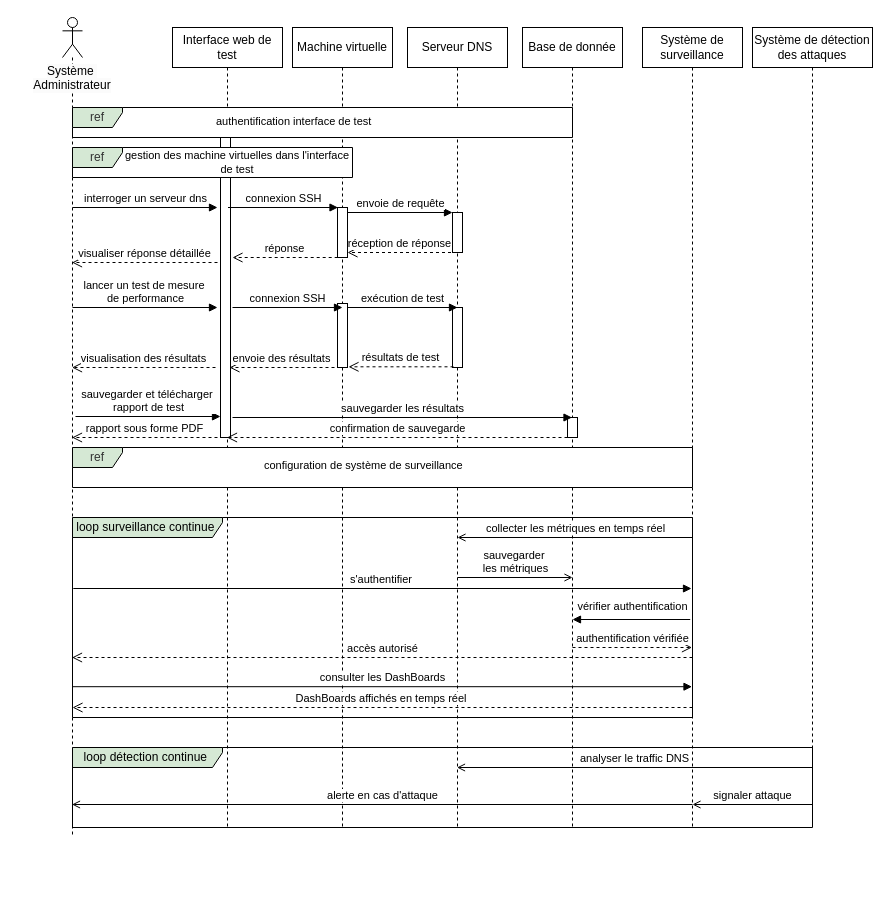
Earlier version of the draw.io diagram sequence.drawio (eya-harbaoui/Diagramms). Source tidied: cells renumbered, new cells numbered last; positions are measured from the earlier drawing's top-left corner, leaving out a move shared by most shapes. Both pictures are drawn from the tidied source at 100%, with x=0, y=0 at pixel (17, 17).
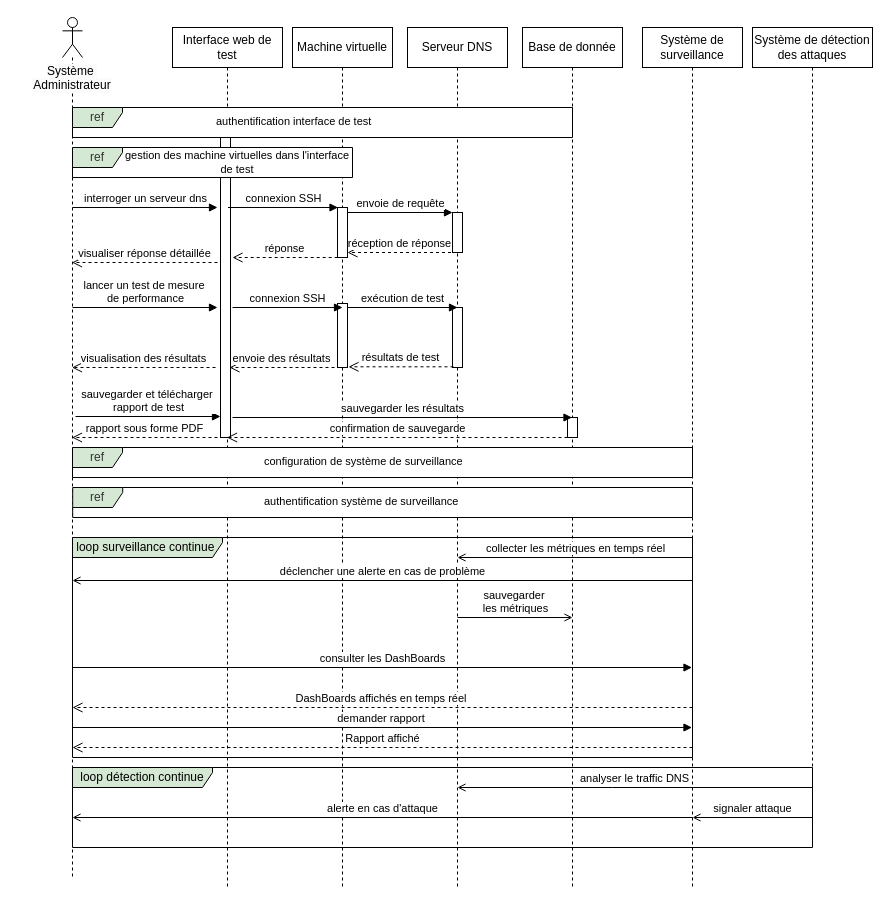
After the change.

Commit message (it also covers changes not shown here):
Mettre à jour sequence.drawio

The edit, as a diff of the source:
```diff
@@
     <mxCell id="2" value="Interface web de test" style="shape=umlLifeline;perimeter=lifelinePerimeter;whiteSpace=wrap;html=1;outlineConnect=0;portConstraint=eastwest;newEdgeStyle={&quot;edgeStyle&quot;:&quot;elbowEdgeStyle&quot;,&quot;elbow&quot;:&quot;vertical&quot;,&quot;curved&quot;:0,&quot;rounded&quot;:0};" parent="1" vertex="1">
-      <mxGeometry x="155" y="10" width="110" height="800" as="geometry" />
+      <mxGeometry x="155" y="10" width="110" height="860" as="geometry" />
     </mxCell>
@@
     <mxCell id="4" value="Machine virtuelle" style="shape=umlLifeline;perimeter=lifelinePerimeter;whiteSpace=wrap;html=1;newEdgeStyle={&quot;edgeStyle&quot;:&quot;elbowEdgeStyle&quot;,&quot;elbow&quot;:&quot;vertical&quot;,&quot;curved&quot;:0,&quot;rounded&quot;:0};" parent="1" vertex="1">
-      <mxGeometry x="275" y="10" width="100" height="800" as="geometry" />
+      <mxGeometry x="275" y="10" width="100" height="860" as="geometry" />
     </mxCell>
@@
     <mxCell id="7" value="Base de donnée" style="shape=umlLifeline;perimeter=lifelinePerimeter;whiteSpace=wrap;html=1;outlineConnect=0;portConstraint=eastwest;newEdgeStyle={&quot;edgeStyle&quot;:&quot;elbowEdgeStyle&quot;,&quot;elbow&quot;:&quot;vertical&quot;,&quot;curved&quot;:0,&quot;rounded&quot;:0};" parent="1" vertex="1">
-      <mxGeometry x="505" y="10" width="100" height="800" as="geometry" />
+      <mxGeometry x="505" y="10" width="100" height="860" as="geometry" />
     </mxCell>
@@
     <mxCell id="9" value="Serveur DNS" style="shape=umlLifeline;perimeter=lifelinePerimeter;whiteSpace=wrap;html=1;outlineConnect=0;portConstraint=eastwest;newEdgeStyle={&quot;edgeStyle&quot;:&quot;elbowEdgeStyle&quot;,&quot;elbow&quot;:&quot;vertical&quot;,&quot;curved&quot;:0,&quot;rounded&quot;:0};" parent="1" vertex="1">
-      <mxGeometry x="390" y="10" width="100" height="800" as="geometry" />
+      <mxGeometry x="390" y="10" width="100" height="860" as="geometry" />
     </mxCell>
@@
     <mxCell id="12" value="Système de surveillance" style="shape=umlLifeline;perimeter=lifelinePerimeter;whiteSpace=wrap;html=1;outlineConnect=0;portConstraint=eastwest;newEdgeStyle={&quot;edgeStyle&quot;:&quot;elbowEdgeStyle&quot;,&quot;elbow&quot;:&quot;vertical&quot;,&quot;curved&quot;:0,&quot;rounded&quot;:0};" parent="1" vertex="1">
-      <mxGeometry x="625" y="10" width="100" height="800" as="geometry" />
+      <mxGeometry x="625" y="10" width="100" height="860" as="geometry" />
     </mxCell>
@@
     <mxCell id="14" style="shape=umlLifeline;perimeter=lifelinePerimeter;whiteSpace=wrap;html=1;outlineConnect=0;portConstraint=eastwest;newEdgeStyle={&quot;curved&quot;:0,&quot;rounded&quot;:0};participant=umlActor;" parent="1" vertex="1">
-      <mxGeometry x="45" width="20" height="820" as="geometry" />
+      <mxGeometry x="45" width="20" height="860" as="geometry" />
     </mxCell>
@@
-    <mxCell id="31" value="loop surveillance continue&amp;nbsp;" style="shape=umlFrame;whiteSpace=wrap;html=1;width=150;height=20;fillColor=#D5E8D4;" parent="1" vertex="1">
-      <mxGeometry x="55" y="500" width="620" height="200" as="geometry" />
-    </mxCell>
-    <mxCell id="32" value="collecter les métriques en temps réel" style="html=1;verticalAlign=bottom;endArrow=open;curved=0;rounded=0;endFill=0;" parent="1" edge="1">
-      <mxGeometry relative="1" as="geometry">
-        <mxPoint x="674.7" y="520" as="sourcePoint" />
-        <mxPoint x="440" y="520" as="targetPoint" />
-      </mxGeometry>
-    </mxCell>
     <mxCell id="33" value="ref" style="shape=umlFrame;whiteSpace=wrap;html=1;width=50;height=20;fillColor=#D5E8D4;fontColor=#333333;strokeColor=#000000;swimlaneFillColor=default;" parent="1" vertex="1">
-      <mxGeometry x="55" y="430" width="620" height="40" as="geometry" />
+      <mxGeometry x="55" y="430" width="620" height="30" as="geometry" />
     </mxCell>
     <mxCell id="34" value="&lt;span style=&quot;color: rgb(0, 0, 0); font-family: Helvetica; font-size: 11px; font-style: normal; font-variant-ligatures: normal; font-variant-caps: normal; font-weight: 400; letter-spacing: normal; orphans: 2; text-align: center; text-indent: 0px; text-transform: none; widows: 2; word-spacing: 0px; -webkit-text-stroke-width: 0px; white-space: nowrap; background-color: rgb(255, 255, 255); text-decoration-thickness: initial; text-decoration-style: initial; text-decoration-color: initial; display: inline !important; float: none;&quot;&gt;configuration de système de surveillance&lt;/span&gt;" style="text;whiteSpace=wrap;html=1;" parent="1" vertex="1">
-      <mxGeometry x="245" y="434" width="217" height="40" as="geometry" />
+      <mxGeometry x="245.2" y="430" width="217" height="40" as="geometry" />
     </mxCell>
-    <mxCell id="35" value="sauvegarder&amp;nbsp;&lt;div&gt;les métriques&lt;/div&gt;" style="html=1;verticalAlign=bottom;endArrow=open;curved=0;rounded=0;endFill=0;" parent="1" edge="1">
-      <mxGeometry relative="1" as="geometry">
-        <mxPoint x="440" y="560" as="sourcePoint" />
-        <mxPoint x="555" y="560" as="targetPoint" />
-      </mxGeometry>
-    </mxCell>
-    <mxCell id="36" value="s'authentifier&amp;nbsp;" style="html=1;verticalAlign=bottom;endArrow=block;curved=0;rounded=0;" parent="1" edge="1">
-      <mxGeometry relative="1" as="geometry">
-        <mxPoint x="55.8" y="571" as="sourcePoint" />
-        <mxPoint x="674" y="571" as="targetPoint" />
-      </mxGeometry>
-    </mxCell>
-    <mxCell id="37" value="vérifier authentification" style="html=1;verticalAlign=bottom;endArrow=block;curved=0;rounded=0;" parent="1" edge="1">
-      <mxGeometry x="-0.02" y="-4" relative="1" as="geometry">
-        <mxPoint x="672.7" y="602" as="sourcePoint" />
-        <mxPoint x="555" y="602" as="targetPoint" />
-      </mxGeometry>
-    </mxCell>
-    <mxCell id="38" value="authentification vérifiée" style="html=1;verticalAlign=bottom;endArrow=open;dashed=1;endSize=8;curved=0;rounded=0;" parent="1" edge="1" target="12">
-      <mxGeometry relative="1" as="geometry">
-        <mxPoint x="555" y="630" as="sourcePoint" />
-      </mxGeometry>
-    </mxCell>
-    <mxCell id="39" value="accès autorisé" style="html=1;verticalAlign=bottom;endArrow=open;dashed=1;endSize=8;curved=0;rounded=0;" parent="1" edge="1" target="14">
-      <mxGeometry relative="1" as="geometry">
-        <mxPoint x="675" y="640" as="sourcePoint" />
-      </mxGeometry>
-    </mxCell>
-    <mxCell id="40" value="consulter les DashBoards" style="html=1;verticalAlign=bottom;endArrow=block;curved=0;rounded=0;" parent="1" edge="1" target="12">
-      <mxGeometry relative="1" as="geometry">
-        <mxPoint x="55" y="669.2" as="sourcePoint" />
-      </mxGeometry>
-    </mxCell>
-    <mxCell id="41" value="DashBoards affichés en temps réel&amp;nbsp;" style="html=1;verticalAlign=bottom;endArrow=open;dashed=1;endSize=8;curved=0;rounded=0;" parent="1" edge="1">
-      <mxGeometry relative="1" as="geometry">
-        <mxPoint x="675" y="690" as="sourcePoint" />
-        <mxPoint x="55" y="690" as="targetPoint" />
-      </mxGeometry>
-    </mxCell>
-    <mxCell id="42" value="loop détection continue&amp;nbsp;" style="shape=umlFrame;whiteSpace=wrap;html=1;width=150;height=20;fillColor=#D5E8D4;" parent="1" vertex="1">
-      <mxGeometry x="55" y="730" width="740" height="80" as="geometry" />
-    </mxCell>
-    <mxCell id="43" value="analyser le traffic DNS" style="html=1;verticalAlign=bottom;endArrow=open;curved=0;rounded=0;endFill=0;" parent="1" edge="1" target="9">
+    <mxCell id="43" value="analyser le traffic DNS" style="html=1;verticalAlign=bottom;endArrow=open;curved=0;rounded=0;endFill=0;" parent="1" edge="1">
       <mxGeometry relative="1" as="geometry">
-        <mxPoint x="795" y="750" as="sourcePoint" />
+        <mxPoint x="795.2" y="770" as="sourcePoint" />
+        <mxPoint x="440" y="770" as="targetPoint" />
+        <Array as="points">
+          <mxPoint x="595.2" y="770" />
+        </Array>
       </mxGeometry>
     </mxCell>
     <mxCell id="44" value="signaler attaque" style="html=1;verticalAlign=bottom;endArrow=open;curved=0;rounded=0;endFill=0;" parent="1" edge="1">
       <mxGeometry relative="1" as="geometry">
-        <mxPoint x="795" y="787" as="sourcePoint" />
-        <mxPoint x="675" y="787" as="targetPoint" />
+        <mxPoint x="795" y="800" as="sourcePoint" />
+        <mxPoint x="675" y="800" as="targetPoint" />
       </mxGeometry>
     </mxCell>
-    <mxCell id="45" value="alerte en cas d'attaque" style="html=1;verticalAlign=bottom;endArrow=open;curved=0;rounded=0;endFill=0;" parent="1" edge="1" target="14">
+    <mxCell id="45" value="alerte en cas d'attaque" style="html=1;verticalAlign=bottom;endArrow=open;curved=0;rounded=0;endFill=0;" parent="1" edge="1">
       <mxGeometry relative="1" as="geometry">
-        <mxPoint x="675" y="787" as="sourcePoint" />
+        <mxPoint x="675.2" y="800" as="sourcePoint" />
+        <mxPoint x="55" y="800" as="targetPoint" />
       </mxGeometry>
     </mxCell>
@@
+    <mxCell id="51" value="ref" style="shape=umlFrame;whiteSpace=wrap;html=1;width=50;height=20;fillColor=#D5E8D4;fontColor=#333333;strokeColor=#000000;swimlaneFillColor=default;" parent="1" vertex="1">
+      <mxGeometry x="55.2" y="470" width="619.8" height="30" as="geometry" />
+    </mxCell>
+    <mxCell id="52" value="&lt;span style=&quot;color: rgb(0, 0, 0); font-family: Helvetica; font-size: 11px; font-style: normal; font-variant-ligatures: normal; font-variant-caps: normal; font-weight: 400; letter-spacing: normal; orphans: 2; text-align: center; text-indent: 0px; text-transform: none; widows: 2; word-spacing: 0px; -webkit-text-stroke-width: 0px; white-space: nowrap; background-color: rgb(255, 255, 255); text-decoration-thickness: initial; text-decoration-style: initial; text-decoration-color: initial; display: inline !important; float: none;&quot;&gt;authentification système de surveillance&lt;/span&gt;" style="text;whiteSpace=wrap;html=1;" parent="1" vertex="1">
+      <mxGeometry x="245.2" y="470" width="209.8" height="26" as="geometry" />
+    </mxCell>
+    <mxCell id="53" style="group;" parent="1" vertex="1">
+      <mxGeometry x="55" y="520" width="620.2" height="220" as="geometry" />
+    </mxCell>
+    <mxCell id="32" value="collecter les métriques en temps réel" style="html=1;verticalAlign=bottom;endArrow=open;curved=0;rounded=0;endFill=0;" parent="53" edge="1">
+      <mxGeometry relative="1" as="geometry">
+        <mxPoint x="619.7" y="20" as="sourcePoint" />
+        <mxPoint x="385" y="20" as="targetPoint" />
+      </mxGeometry>
+    </mxCell>
+    <mxCell id="35" value="sauvegarder&amp;nbsp;&lt;div&gt;les métriques&lt;/div&gt;" style="html=1;verticalAlign=bottom;endArrow=open;curved=0;rounded=0;endFill=0;" parent="53" edge="1">
+      <mxGeometry relative="1" as="geometry">
+        <mxPoint x="385" y="80" as="sourcePoint" />
+        <mxPoint x="500" y="80" as="targetPoint" />
+      </mxGeometry>
+    </mxCell>
+    <mxCell id="40" value="consulter les DashBoards" style="html=1;verticalAlign=bottom;endArrow=block;curved=0;rounded=0;" parent="53" edge="1">
+      <mxGeometry relative="1" as="geometry">
+        <mxPoint y="130" as="sourcePoint" />
+        <mxPoint x="619.5" y="130" as="targetPoint" />
+      </mxGeometry>
+    </mxCell>
+    <mxCell id="41" value="DashBoards affichés en temps réel&amp;nbsp;" style="html=1;verticalAlign=bottom;endArrow=open;dashed=1;endSize=8;curved=0;rounded=0;" parent="53" edge="1">
+      <mxGeometry relative="1" as="geometry">
+        <mxPoint x="620" y="170" as="sourcePoint" />
+        <mxPoint y="170" as="targetPoint" />
+      </mxGeometry>
+    </mxCell>
+    <mxCell id="42" value="loop surveillance continue&amp;nbsp;" style="shape=umlFrame;whiteSpace=wrap;html=1;width=150;height=20;fillColor=#D5E8D4;" parent="53" vertex="1">
+      <mxGeometry width="620" height="220" as="geometry" />
+    </mxCell>
+    <mxCell id="54" value="déclencher une alerte en cas de problème" style="html=1;verticalAlign=bottom;endArrow=open;curved=0;rounded=0;endFill=0;" parent="53" edge="1">
+      <mxGeometry relative="1" as="geometry">
+        <mxPoint x="620.2" y="43" as="sourcePoint" />
+        <mxPoint y="43" as="targetPoint" />
+      </mxGeometry>
+    </mxCell>
+    <mxCell id="55" value="demander rapport&amp;nbsp;" style="html=1;verticalAlign=bottom;endArrow=block;curved=0;rounded=0;" parent="53" edge="1">
+      <mxGeometry relative="1" as="geometry">
+        <mxPoint y="190" as="sourcePoint" />
+        <mxPoint x="619.5" y="190" as="targetPoint" />
+      </mxGeometry>
+    </mxCell>
+    <mxCell id="56" value="Rapport affiché" style="html=1;verticalAlign=bottom;endArrow=open;dashed=1;endSize=8;curved=0;rounded=0;" parent="53" edge="1">
+      <mxGeometry relative="1" as="geometry">
+        <mxPoint x="620" y="210" as="sourcePoint" />
+        <mxPoint y="210" as="targetPoint" />
+      </mxGeometry>
+    </mxCell>
+    <mxCell id="57" value="loop détection continue" style="shape=umlFrame;whiteSpace=wrap;html=1;width=140;height=20;fillColor=#D5E8D4;" parent="1" vertex="1">
+      <mxGeometry x="55" y="750" width="740" height="80" as="geometry" />
+    </mxCell>
```
